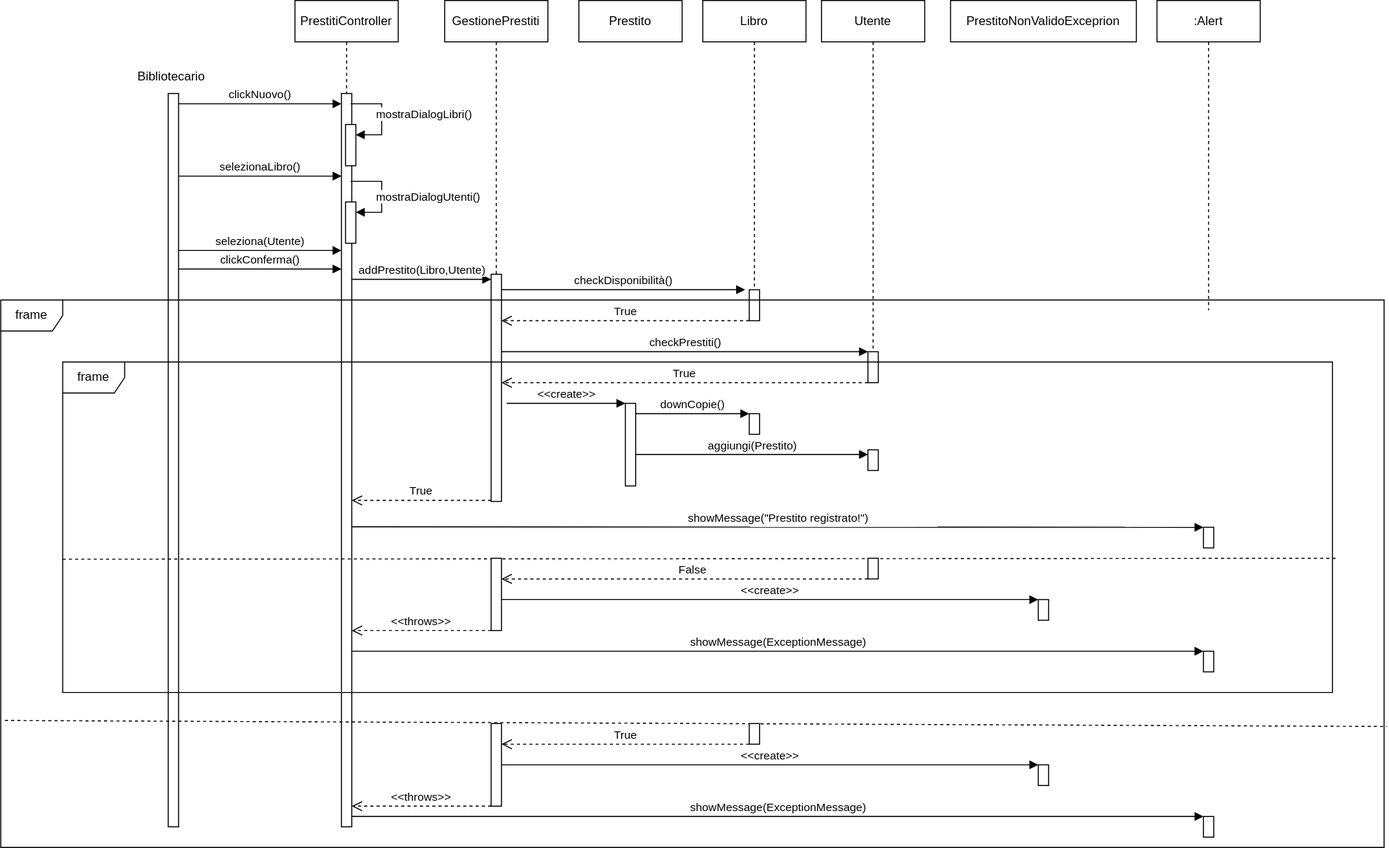
Above: Design/DiagrammaSequenzaPrestito.svg in doppiaaa/Progetto-Biblioteca-Ingegneria-del-Software (draw.io), before the change. Source tidied: cells renumbered, new cells last; positions are measured from the earlier drawing's top-left corner, leaving out a move shared by most shapes.
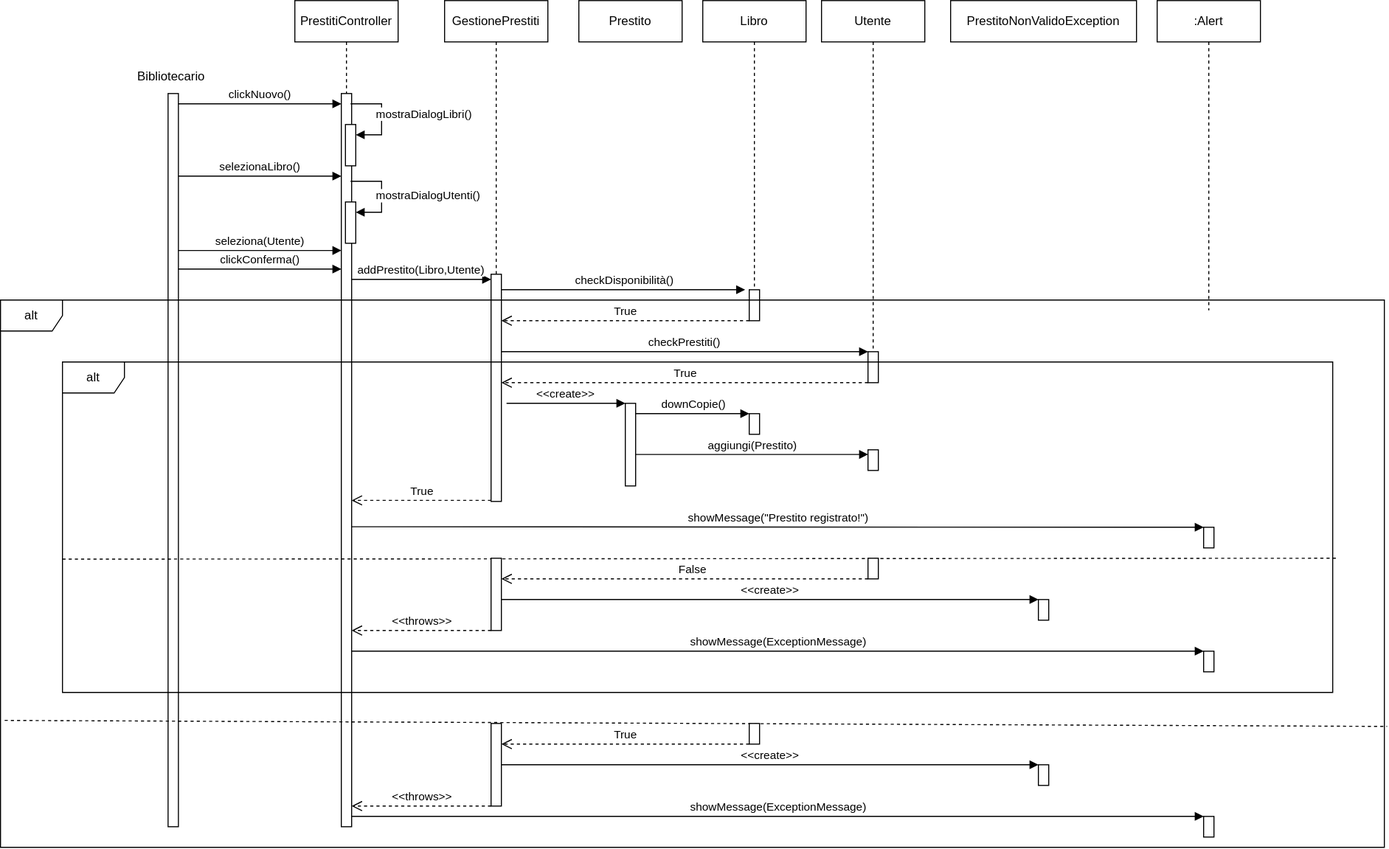
Later version of the same file.

The edit, as a diff of the source:
```diff
@@ -43,7 +43,7 @@
         <mxPoint x="330" y="170" as="targetPoint" />
       </mxGeometry>
     </mxCell>
-    <mxCell id="14" value="PrestitoNonValidoExceprion" style="shape=umlLifeline;perimeter=lifelinePerimeter;whiteSpace=wrap;html=1;newEdgeStyle={&quot;curved&quot;:0,&quot;rounded&quot;:0};" parent="1" vertex="1">
+    <mxCell id="14" value="PrestitoNonValidoException" style="shape=umlLifeline;perimeter=lifelinePerimeter;whiteSpace=wrap;html=1;newEdgeStyle={&quot;curved&quot;:0,&quot;rounded&quot;:0};" parent="1" vertex="1">
       <mxGeometry x="920" width="180" height="40" as="geometry" />
     </mxCell>
     <mxCell id="15" value="seleziona(Utente)" style="html=1;verticalAlign=bottom;endArrow=block;curved=0;rounded=0;" parent="1" edge="1">
@@ -121,10 +121,10 @@
         <mxPoint x="340" y="484" as="targetPoint" />
       </mxGeometry>
     </mxCell>
-    <mxCell id="29" value="frame" style="shape=umlFrame;whiteSpace=wrap;html=1;" parent="1" vertex="1">
+    <mxCell id="29" value="alt" style="shape=umlFrame;whiteSpace=wrap;html=1;" parent="1" vertex="1">
       <mxGeometry y="290" width="1340" height="530" as="geometry" />
     </mxCell>
-    <mxCell id="30" value="frame" style="shape=umlFrame;whiteSpace=wrap;html=1;" parent="1" vertex="1">
+    <mxCell id="30" value="alt" style="shape=umlFrame;whiteSpace=wrap;html=1;" parent="1" vertex="1">
       <mxGeometry x="60" y="350" width="1230" height="320" as="geometry" />
     </mxCell>
     <mxCell id="31" style="endArrow=none;dashed=1;html=1;rounded=0;exitX=0;exitY=0.691;exitDx=0;exitDy=0;exitPerimeter=0;entryX=1.003;entryY=0.716;entryDx=0;entryDy=0;entryPerimeter=0;" parent="1" edge="1">
```
